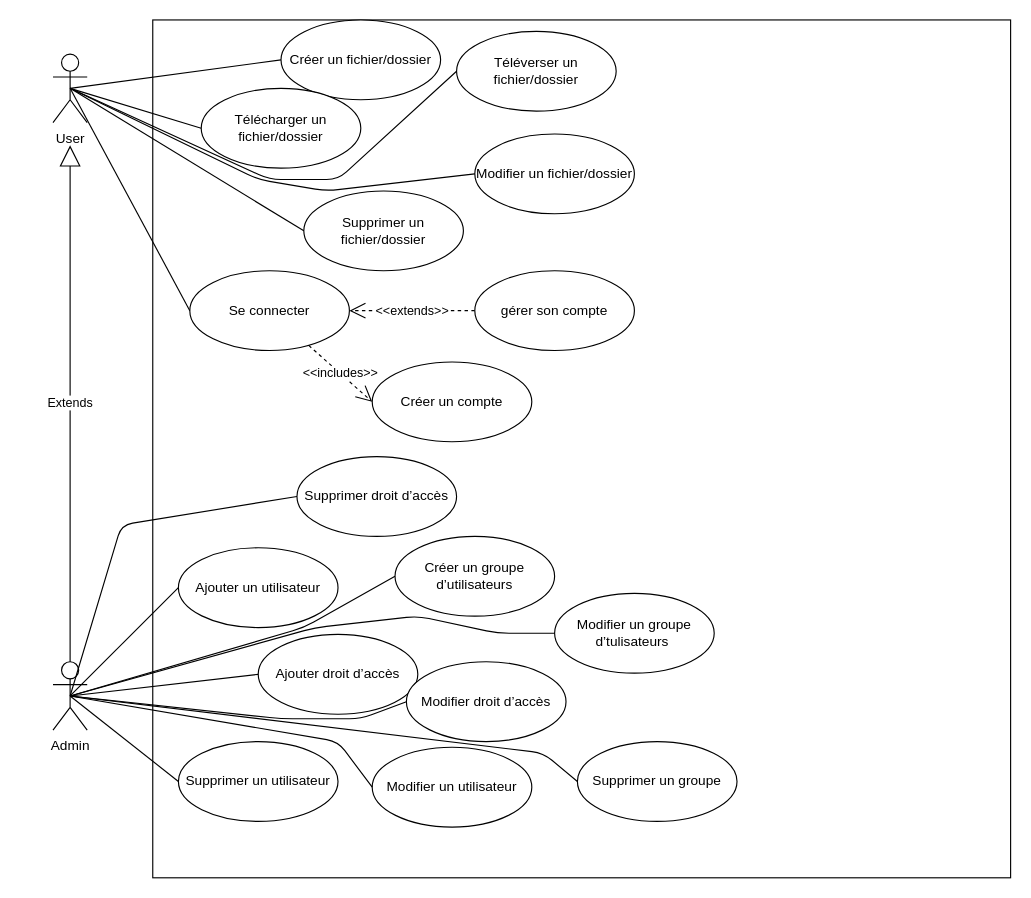
AbdourahamaneIssakaSani/ged keeps this draw.io diagram as diagrams/Untitled Diagram.drawio. Above is the earlier version. Source tidied: cells renumbered, new cells numbered last; positions are measured from the earlier drawing's top-left corner, leaving out a move shared by most shapes. Both pictures are drawn from the tidied source at 114%, with x=0, y=0 at pixel (52, 19).
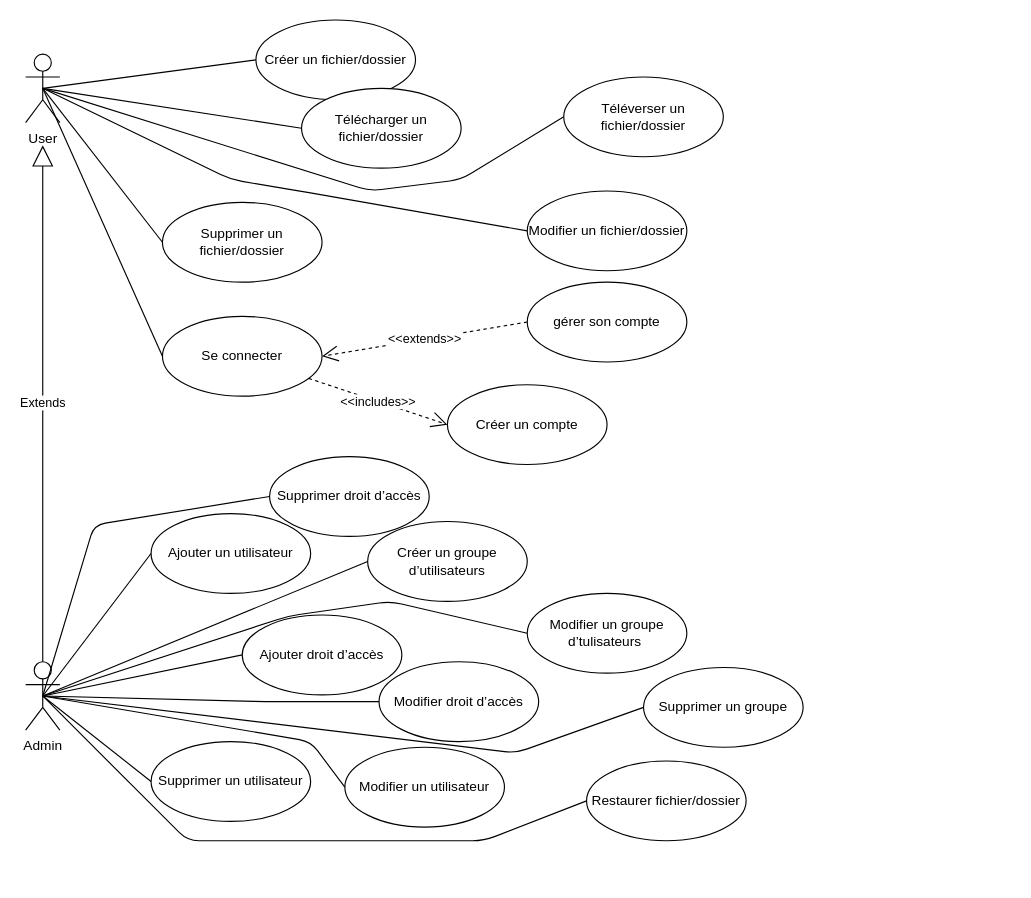
The same diagram, later.

The edit, as a diff of the source:
```diff
@@
-    <mxCell id="2" style="whiteSpace=wrap;html=1;" parent="1" vertex="1">
-      <mxGeometry x="87.5" width="752.5" height="752.5" as="geometry" />
+    <mxCell id="2" style="whiteSpace=wrap;html=1;strokeColor=none;" parent="1" vertex="1">
+      <mxGeometry x="63.5" width="644.5" height="750" as="geometry" />
     </mxCell>
     <mxCell id="3" value="Créer un fichier/dossier" style="ellipse;whiteSpace=wrap;html=1;" parent="1" vertex="1">
-      <mxGeometry x="200" width="140" height="70" as="geometry" />
+      <mxGeometry x="178" width="140" height="70" as="geometry" />
     </mxCell>
     <mxCell id="4" value="Téléverser un fichier/dossier" style="ellipse;whiteSpace=wrap;html=1;" parent="1" vertex="1">
-      <mxGeometry x="354" y="10" width="140" height="70" as="geometry" />
+      <mxGeometry x="448" y="50" width="140" height="70" as="geometry" />
     </mxCell>
     <mxCell id="5" value="Supprimer un utilisateur" style="ellipse;whiteSpace=wrap;html=1;" parent="1" vertex="1">
-      <mxGeometry x="110" y="633" width="140" height="70" as="geometry" />
+      <mxGeometry x="86" y="633" width="140" height="70" as="geometry" />
     </mxCell>
     <mxCell id="6" value="Supprimer droit d’accès" style="ellipse;whiteSpace=wrap;html=1;" parent="1" vertex="1">
-      <mxGeometry x="214" y="383" width="140" height="70" as="geometry" />
+      <mxGeometry x="190" y="383" width="140" height="70" as="geometry" />
     </mxCell>
     <mxCell id="7" value="Télécharger un fichier/dossier" style="ellipse;whiteSpace=wrap;html=1;" parent="1" vertex="1">
-      <mxGeometry x="130" y="60" width="140" height="70" as="geometry" />
+      <mxGeometry x="218" y="60" width="140" height="70" as="geometry" />
     </mxCell>
     <mxCell id="8" value="Ajouter droit d’accès" style="ellipse;whiteSpace=wrap;html=1;" parent="1" vertex="1">
-      <mxGeometry x="180" y="539" width="140" height="70" as="geometry" />
+      <mxGeometry x="166" y="522" width="140" height="70" as="geometry" />
     </mxCell>
     <mxCell id="9" value="Supprimer un fichier/dossier" style="ellipse;whiteSpace=wrap;html=1;" parent="1" vertex="1">
-      <mxGeometry x="220" y="150" width="140" height="70" as="geometry" />
+      <mxGeometry x="96" y="160" width="140" height="70" as="geometry" />
     </mxCell>
     <mxCell id="10" value="Modifier un utilisateur" style="ellipse;whiteSpace=wrap;html=1;" parent="1" vertex="1">
-      <mxGeometry x="280" y="638" width="140" height="70" as="geometry" />
+      <mxGeometry x="256" y="638" width="140" height="70" as="geometry" />
     </mxCell>
     <mxCell id="11" value="Ajouter un utilisateur" style="ellipse;whiteSpace=wrap;html=1;" parent="1" vertex="1">
-      <mxGeometry x="110" y="463" width="140" height="70" as="geometry" />
+      <mxGeometry x="86" y="433" width="140" height="70" as="geometry" />
     </mxCell>
     <mxCell id="12" value="Modifier un fichier/dossier" style="ellipse;whiteSpace=wrap;html=1;" parent="1" vertex="1">
-      <mxGeometry x="370" y="100" width="140" height="70" as="geometry" />
+      <mxGeometry x="416" y="150" width="140" height="70" as="geometry" />
     </mxCell>
     <mxCell id="13" value="User" style="shape=umlActor;verticalLabelPosition=bottom;verticalAlign=top;html=1;" parent="1" vertex="1">
-      <mxGeometry y="30" width="30" height="60" as="geometry" />
+      <mxGeometry x="-24" y="30" width="30" height="60" as="geometry" />
     </mxCell>
     <mxCell id="14" value="Admin" style="shape=umlActor;verticalLabelPosition=bottom;verticalAlign=top;html=1;" parent="1" vertex="1">
-      <mxGeometry y="563" width="30" height="60" as="geometry" />
+      <mxGeometry x="-24" y="563" width="30" height="60" as="geometry" />
     </mxCell>
     <mxCell id="15" value="Extends" style="endArrow=block;endSize=16;endFill=0;html=1;exitX=0.5;exitY=0;exitDx=0;exitDy=0;exitPerimeter=0;" parent="1" edge="1" source="14">
       <mxGeometry relative="1" as="geometry">
-        <mxPoint x="15" y="110" as="targetPoint" />
+        <mxPoint x="-9" y="110" as="targetPoint" />
       </mxGeometry>
     </mxCell>
@@
     <mxCell id="18" style="endArrow=none;html=1;entryX=0;entryY=0.5;entryDx=0;entryDy=0;exitX=0.5;exitY=0.5;exitDx=0;exitDy=0;exitPerimeter=0;" parent="1" edge="1" source="13" target="4">
       <mxGeometry relative="1" as="geometry">
         <Array as="points">
-          <mxPoint x="190" y="140" />
-          <mxPoint x="250" y="140" />
+          <mxPoint x="278" y="150" />
+          <mxPoint x="358" y="140" />
         </Array>
       </mxGeometry>
     </mxCell>
     <mxCell id="19" style="endArrow=none;html=1;entryX=0;entryY=0.5;entryDx=0;entryDy=0;exitX=0.5;exitY=0.5;exitDx=0;exitDy=0;exitPerimeter=0;" parent="1" edge="1" source="13" target="12">
       <mxGeometry relative="1" as="geometry">
         <Array as="points">
-          <mxPoint x="180" y="140" />
-          <mxPoint x="240" y="150" />
+          <mxPoint x="156" y="140" />
+          <mxPoint x="216" y="150" />
         </Array>
       </mxGeometry>
     </mxCell>
     <mxCell id="20" value="Modifier droit d’accès" style="ellipse;whiteSpace=wrap;html=1;" parent="1" vertex="1">
-      <mxGeometry x="310" y="563" width="140" height="70" as="geometry" />
+      <mxGeometry x="286" y="563" width="140" height="70" as="geometry" />
     </mxCell>
     <mxCell id="21" value="Créer un groupe d’utilisateurs" style="ellipse;whiteSpace=wrap;html=1;" parent="1" vertex="1">
-      <mxGeometry x="300" y="453" width="140" height="70" as="geometry" />
+      <mxGeometry x="276" y="440" width="140" height="70" as="geometry" />
     </mxCell>
     <mxCell id="22" value="Modifier un groupe d’tulisateurs&amp;nbsp;" style="ellipse;whiteSpace=wrap;html=1;" parent="1" vertex="1">
-      <mxGeometry x="440" y="503" width="140" height="70" as="geometry" />
+      <mxGeometry x="416" y="503" width="140" height="70" as="geometry" />
     </mxCell>
     <mxCell id="23" value="Supprimer un groupe" style="ellipse;whiteSpace=wrap;html=1;" parent="1" vertex="1">
-      <mxGeometry x="460" y="633" width="140" height="70" as="geometry" />
+      <mxGeometry x="518" y="568" width="140" height="70" as="geometry" />
     </mxCell>
@@
     <mxCell id="25" style="endArrow=none;html=1;entryX=0;entryY=0.5;entryDx=0;entryDy=0;exitX=0.5;exitY=0.5;exitDx=0;exitDy=0;exitPerimeter=0;" parent="1" edge="1" source="14" target="10">
       <mxGeometry relative="1" as="geometry">
         <Array as="points">
-          <mxPoint x="250" y="633" />
+          <mxPoint x="226" y="633" />
         </Array>
       </mxGeometry>
     </mxCell>
@@
     <mxCell id="29" style="endArrow=none;html=1;exitX=0.5;exitY=0.5;exitDx=0;exitDy=0;exitPerimeter=0;entryX=0;entryY=0.5;entryDx=0;entryDy=0;" parent="1" edge="1" source="14" target="21">
-      <mxGeometry relative="1" as="geometry">
-        <Array as="points">
-          <mxPoint x="220" y="533" />
-        </Array>
-      </mxGeometry>
+      <mxGeometry relative="1" as="geometry" />
     </mxCell>
     <mxCell id="30" style="endArrow=none;html=1;exitX=0.5;exitY=0.5;exitDx=0;exitDy=0;exitPerimeter=0;entryX=0;entryY=0.5;entryDx=0;entryDy=0;" parent="1" edge="1" source="14" target="20">
       <mxGeometry relative="1" as="geometry">
         <Array as="points">
-          <mxPoint x="200" y="613" />
-          <mxPoint x="270" y="613" />
+          <mxPoint x="186" y="598" />
         </Array>
       </mxGeometry>
     </mxCell>
     <mxCell id="31" style="endArrow=none;html=1;exitX=0.5;exitY=0.5;exitDx=0;exitDy=0;exitPerimeter=0;entryX=0;entryY=0.5;entryDx=0;entryDy=0;" parent="1" edge="1" source="14" target="6">
       <mxGeometry relative="1" as="geometry">
         <Array as="points">
-          <mxPoint x="60" y="443" />
+          <mxPoint x="36" y="443" />
         </Array>
       </mxGeometry>
     </mxCell>
     <mxCell id="32" style="endArrow=none;html=1;exitX=0.5;exitY=0.5;exitDx=0;exitDy=0;exitPerimeter=0;entryX=0;entryY=0.5;entryDx=0;entryDy=0;" parent="1" edge="1" source="14" target="22">
       <mxGeometry relative="1" as="geometry">
         <Array as="points">
-          <mxPoint x="230" y="533" />
-          <mxPoint x="320" y="523" />
-          <mxPoint x="390" y="538" />
+          <mxPoint x="206" y="523" />
+          <mxPoint x="296" y="510" />
         </Array>
       </mxGeometry>
     </mxCell>
     <mxCell id="33" style="endArrow=none;html=1;exitX=0.5;exitY=0.5;exitDx=0;exitDy=0;exitPerimeter=0;entryX=0;entryY=0.5;entryDx=0;entryDy=0;" parent="1" edge="1" source="14" target="23">
       <mxGeometry relative="1" as="geometry">
         <Array as="points">
-          <mxPoint x="430" y="643" />
+          <mxPoint x="406" y="643" />
         </Array>
       </mxGeometry>
     </mxCell>
     <mxCell id="34" value="Créer un compte" style="ellipse;whiteSpace=wrap;html=1;" parent="1" vertex="1">
-      <mxGeometry x="280" y="300" width="140" height="70" as="geometry" />
+      <mxGeometry x="346" y="320" width="140" height="70" as="geometry" />
     </mxCell>
     <mxCell id="35" value="Se connecter" style="ellipse;whiteSpace=wrap;html=1;" parent="1" vertex="1">
-      <mxGeometry x="120" y="220" width="140" height="70" as="geometry" />
+      <mxGeometry x="96" y="260" width="140" height="70" as="geometry" />
     </mxCell>
@@
     <mxCell id="37" value="gérer son compte" style="ellipse;whiteSpace=wrap;html=1;" parent="1" vertex="1">
-      <mxGeometry x="370" y="220" width="140" height="70" as="geometry" />
+      <mxGeometry x="416" y="230" width="140" height="70" as="geometry" />
     </mxCell>
@@
+    <mxCell id="40" value="Restaurer fichier/dossier" style="ellipse;whiteSpace=wrap;html=1;" parent="1" vertex="1">
+      <mxGeometry x="468" y="650" width="140" height="70" as="geometry" />
+    </mxCell>
+    <mxCell id="41" style="endArrow=none;html=1;exitX=0.5;exitY=0.5;exitDx=0;exitDy=0;exitPerimeter=0;entryX=0;entryY=0.5;entryDx=0;entryDy=0;" parent="1" edge="1" source="14" target="40">
+      <mxGeometry relative="1" as="geometry">
+        <Array as="points">
+          <mxPoint x="118" y="720" />
+          <mxPoint x="378" y="720" />
+        </Array>
+      </mxGeometry>
+    </mxCell>
```
